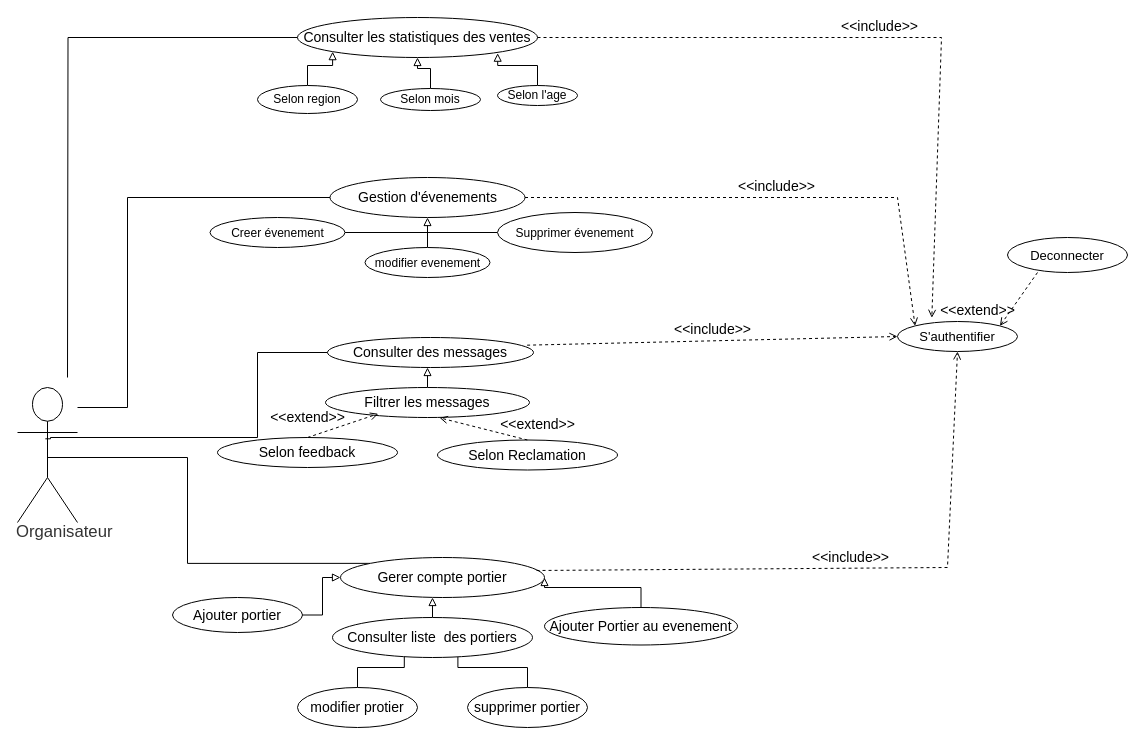
Before: Diagram de cas utilisation/4-Organizateur_Vf.drawio in mohamedimem/event-, a draw.io diagram. Source tidied: cells renumbered, new cells numbered last; positions are measured from the earlier drawing's top-left corner, leaving out a move shared by most shapes. Both pictures are drawn from the tidied source at 100%, with x=0, y=0 at pixel (17, 17).
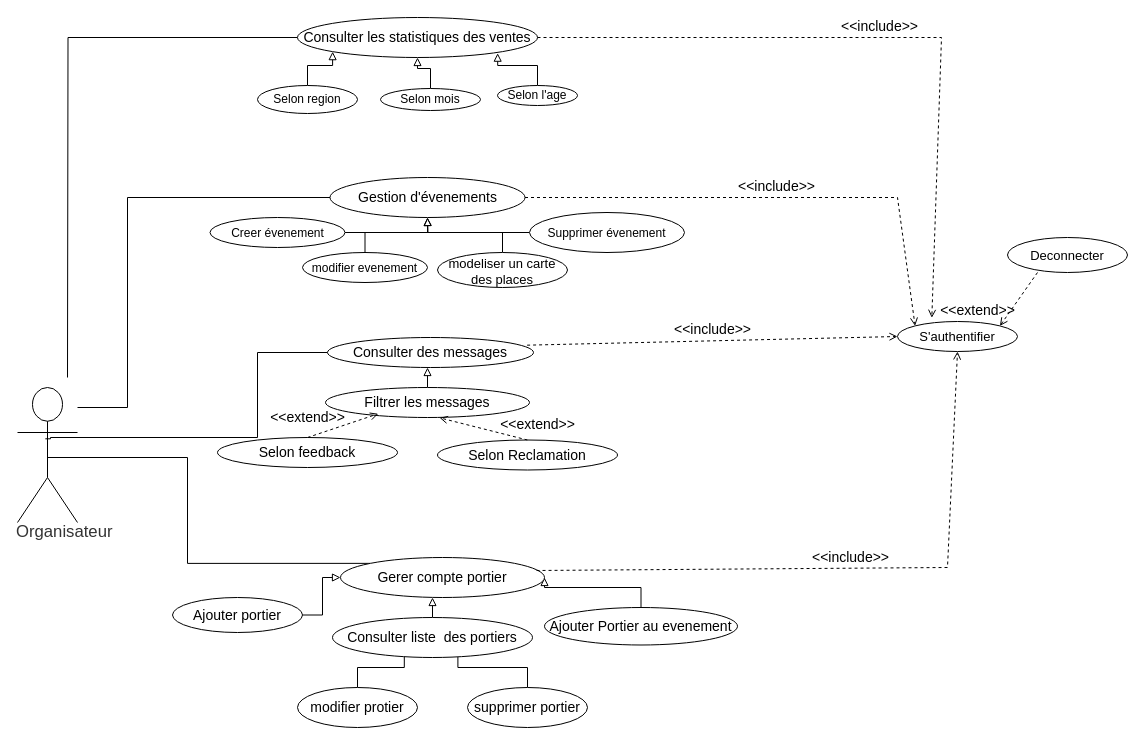
Above is the later version.

Commit message:
Mettre à jour 4-Organizateur_Vf.drawio

Diff of the diagram source:
```diff
@@
     <mxCell id="9" value="&lt;font style=&quot;font-size: 12px;&quot;&gt;modifier evenement&lt;/font&gt;" style="html=1;overflow=block;blockSpacing=1;whiteSpace=wrap;ellipse;fontSize=13;spacing=3.8;strokeColor=#000000;strokeOpacity=100;rounded=1;absoluteArcSize=1;arcSize=9;strokeWidth=1;lucidId=.BitsejxpJ_f;" parent="1" vertex="1">
-      <mxGeometry x="347.5" y="230" width="125" height="30" as="geometry" />
+      <mxGeometry x="285" y="235" width="125" height="30" as="geometry" />
     </mxCell>
@@
     <mxCell id="11" value="&lt;font style=&quot;font-size: 12px;&quot;&gt;Supprimer évenement &lt;/font&gt;" style="html=1;overflow=block;blockSpacing=1;whiteSpace=wrap;ellipse;fontSize=13;spacing=3.8;strokeColor=#000000;strokeOpacity=100;rounded=1;absoluteArcSize=1;arcSize=9;strokeWidth=1;lucidId=.BitsejxpJ_f;" parent="1" vertex="1">
-      <mxGeometry x="480" y="195" width="155" height="40" as="geometry" />
+      <mxGeometry x="512" y="195" width="155" height="40" as="geometry" />
     </mxCell>
@@
+    <mxCell id="46" style="edgeStyle=orthogonalEdgeStyle;rounded=0;jettySize=auto;html=1;exitX=0.5;exitY=0;exitDx=0;exitDy=0;endArrow=block;endFill=0;" parent="1" edge="1" source="47">
+      <mxGeometry relative="1" as="geometry">
+        <mxPoint x="410" y="200" as="targetPoint" />
+      </mxGeometry>
+    </mxCell>
+    <mxCell id="47" value="modeliser un carte des places" style="html=1;overflow=block;blockSpacing=1;whiteSpace=wrap;ellipse;fontSize=13;spacing=3.8;strokeColor=#000000;strokeOpacity=100;rounded=1;absoluteArcSize=1;arcSize=9;strokeWidth=1;lucidId=.BitsejxpJ_f;" parent="1" vertex="1">
+      <mxGeometry x="420" y="235" width="130" height="35" as="geometry" />
+    </mxCell>
```
